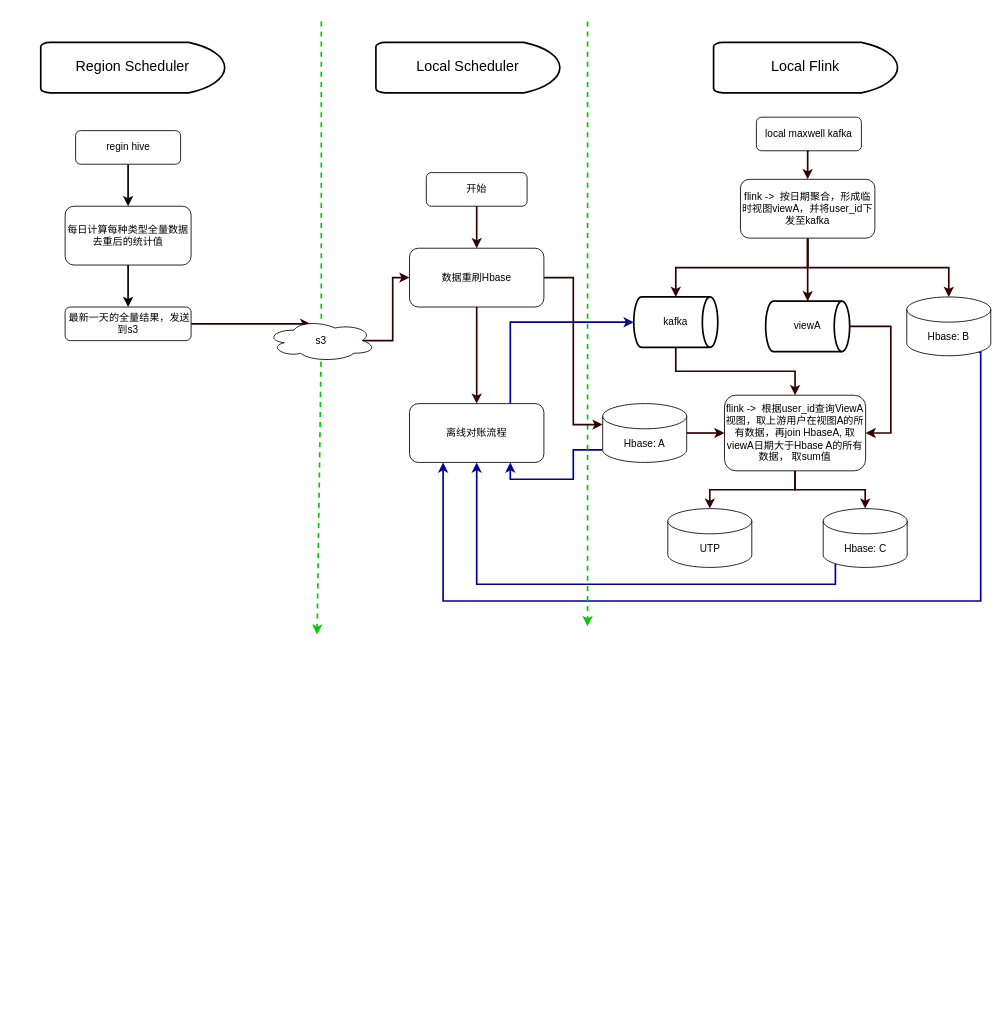
Before: 未命名绘图.drawio in LadyTao/flink-study, a draw.io diagram. Source tidied: cells renumbered, new cells numbered last; positions are measured from the earlier drawing's top-left corner, leaving out a move shared by most shapes. Both pictures are drawn from the tidied source at 84%, with x=0, y=0 at pixel (40, 21).
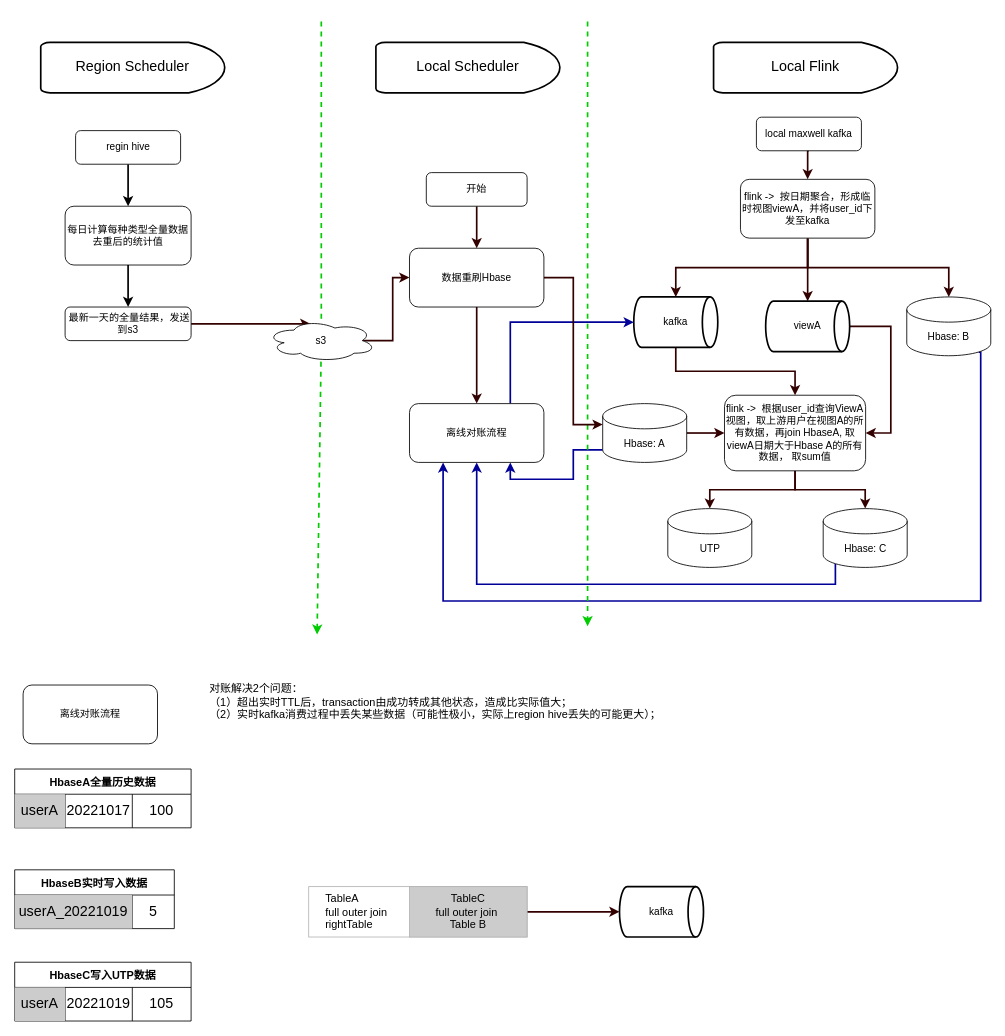
Above is the later version.

Commit message (it also covers changes not shown here):
更新未命名绘图.drawio

The edit, as a diff of the source:
```diff
@@
+    <mxCell id="44" value="&amp;nbsp; &amp;nbsp; &amp;nbsp;TableA&amp;nbsp;&lt;br&gt;&amp;nbsp; &amp;nbsp; &amp;nbsp;full outer join&amp;nbsp;&lt;br&gt;&amp;nbsp; &amp;nbsp; &amp;nbsp;rightTable" style="rounded=0;whiteSpace=wrap;html=1;strokeColor=#B3B3B3;fontSize=13;fillColor=default;align=left;" parent="1" vertex="1">
+      <mxGeometry x="319" y="1030" width="260" height="60" as="geometry" />
+    </mxCell>
@@
+    <mxCell id="45" value="离线对账流程" style="rounded=1;whiteSpace=wrap;html=1;" parent="1" vertex="1">
+      <mxGeometry x="-21" y="790" width="160" height="70" as="geometry" />
+    </mxCell>
+    <mxCell id="46" value="HbaseA全量历史数据" style="shape=table;startSize=30;childLayout=tableLayout;fontStyle=1;align=center;fontSize=13;" parent="1" vertex="1">
+      <mxGeometry x="-31" y="890" width="210" height="70" as="geometry" />
+    </mxCell>
+    <mxCell id="47" style="shape=tableRow;horizontal=0;startSize=0;swimlaneHead=0;swimlaneBody=0;top=0;left=0;bottom=0;right=0;fillColor=none;fontSize=17;" parent="46" vertex="1">
+      <mxGeometry y="30" width="210" height="40" as="geometry" />
+    </mxCell>
+    <mxCell id="48" value="userA" style="shape=partialRectangle;html=1;whiteSpace=wrap;fillColor=#CCCCCC;top=0;left=0;bottom=0;right=0;overflow=hidden;fontSize=17;" parent="47" vertex="1">
+      <mxGeometry width="60" height="40" as="geometry" />
+    </mxCell>
+    <mxCell id="49" value="20221017" style="shape=partialRectangle;html=1;whiteSpace=wrap;fillColor=none;top=0;left=0;bottom=0;right=0;overflow=hidden;fontSize=17;" parent="47" vertex="1">
+      <mxGeometry x="60" width="80" height="40" as="geometry" />
+    </mxCell>
+    <mxCell id="50" value="100" style="shape=partialRectangle;html=1;whiteSpace=wrap;fillColor=none;top=0;left=0;bottom=0;right=0;overflow=hidden;fontSize=17;" parent="47" vertex="1">
+      <mxGeometry x="140" width="70" height="40" as="geometry" />
+    </mxCell>
+    <mxCell id="51" value="HbaseB实时写入数据" style="shape=table;startSize=30;childLayout=tableLayout;fontStyle=1;align=center;fontSize=13;" parent="1" vertex="1">
+      <mxGeometry x="-31" y="1010" width="190" height="70" as="geometry" />
+    </mxCell>
+    <mxCell id="52" style="shape=tableRow;horizontal=0;startSize=0;swimlaneHead=0;swimlaneBody=0;top=0;left=0;bottom=0;right=0;fillColor=none;fontSize=17;" parent="51" vertex="1">
+      <mxGeometry y="30" width="190" height="40" as="geometry" />
+    </mxCell>
+    <mxCell id="53" value="userA_20221019" style="shape=partialRectangle;html=1;whiteSpace=wrap;fillColor=#CCCCCC;top=0;left=0;bottom=0;right=0;overflow=hidden;fontSize=17;" parent="52" vertex="1">
+      <mxGeometry width="140" height="40" as="geometry" />
+    </mxCell>
+    <mxCell id="54" value="5" style="shape=partialRectangle;html=1;whiteSpace=wrap;fillColor=none;top=0;left=0;bottom=0;right=0;overflow=hidden;fontSize=17;" parent="52" vertex="1">
+      <mxGeometry x="140" width="50" height="40" as="geometry" />
+    </mxCell>
+    <mxCell id="55" value="HbaseC写入UTP数据" style="shape=table;startSize=30;childLayout=tableLayout;fontStyle=1;align=center;fontSize=13;" parent="1" vertex="1">
+      <mxGeometry x="-31" y="1120" width="210" height="70" as="geometry" />
+    </mxCell>
+    <mxCell id="56" style="shape=tableRow;horizontal=0;startSize=0;swimlaneHead=0;swimlaneBody=0;top=0;left=0;bottom=0;right=0;fillColor=none;fontSize=17;" parent="55" vertex="1">
+      <mxGeometry y="30" width="210" height="40" as="geometry" />
+    </mxCell>
+    <mxCell id="57" value="userA" style="shape=partialRectangle;html=1;whiteSpace=wrap;fillColor=#CCCCCC;top=0;left=0;bottom=0;right=0;overflow=hidden;fontSize=17;" parent="56" vertex="1">
+      <mxGeometry width="60" height="40" as="geometry" />
+    </mxCell>
+    <mxCell id="58" value="20221019" style="shape=partialRectangle;html=1;whiteSpace=wrap;fillColor=none;top=0;left=0;bottom=0;right=0;overflow=hidden;fontSize=17;" parent="56" vertex="1">
+      <mxGeometry x="60" width="80" height="40" as="geometry" />
+    </mxCell>
+    <mxCell id="59" value="105" style="shape=partialRectangle;html=1;whiteSpace=wrap;fillColor=none;top=0;left=0;bottom=0;right=0;overflow=hidden;fontSize=17;" parent="56" vertex="1">
+      <mxGeometry x="140" width="70" height="40" as="geometry" />
+    </mxCell>
+    <mxCell id="60" value="对账解决2个问题：&lt;br&gt;（1）超出实时TTL后，transaction由成功转成其他状态，造成比实际值大；&lt;br&gt;（2）实时kafka消费过程中丢失某些数据（可能性极小，实际上region hive丢失的可能更大）；&lt;br&gt;" style="text;html=1;align=left;verticalAlign=middle;fillColor=none;strokeColor=none;rounded=0;fontSize=13;" parent="1" vertex="1">
+      <mxGeometry x="199" y="780" width="570" height="60" as="geometry" />
+    </mxCell>
+    <mxCell id="61" style="edgeStyle=orthogonalEdgeStyle;rounded=0;jettySize=auto;html=1;exitX=1;exitY=0.5;exitDx=0;exitDy=0;entryX=0;entryY=0.5;entryDx=0;entryDy=0;entryPerimeter=0;strokeColor=#330000;strokeWidth=2;fontSize=13;" parent="1" edge="1" source="62" target="63">
+      <mxGeometry relative="1" as="geometry" />
+    </mxCell>
+    <mxCell id="62" value="TableC&lt;br&gt;full outer join&amp;nbsp;&lt;br&gt;Table B" style="rounded=0;whiteSpace=wrap;html=1;strokeColor=#B3B3B3;fontSize=13;fillColor=#CCCCCC;" parent="1" vertex="1">
+      <mxGeometry x="439" y="1030" width="140" height="60" as="geometry" />
+    </mxCell>
+    <mxCell id="63" value="kafka" style="strokeWidth=2;html=1;shape=mxgraph.flowchart.direct_data;whiteSpace=wrap;" parent="1" vertex="1">
+      <mxGeometry x="689" y="1030" width="100" height="60" as="geometry" />
+    </mxCell>
```
